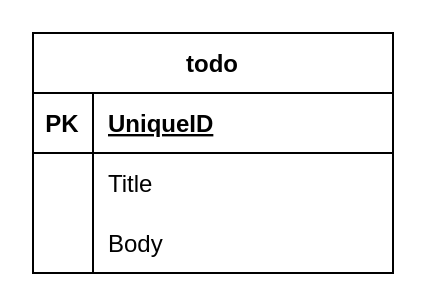
This is erd.drawio from JoshWynne2/todo-app, a draw.io file, before an edit. Source tidied: cells renumbered, new cells numbered last; positions are measured from the earlier drawing's top-left corner, leaving out a move shared by most shapes. Both pictures are drawn from the tidied source at 200%, with x=0, y=0 at pixel (32, 32).
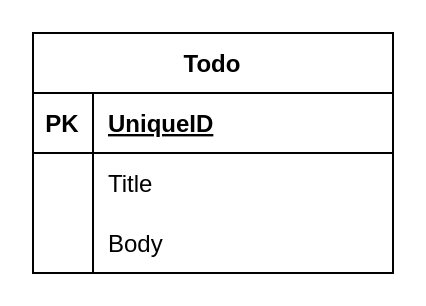
The same diagram, later.

Change to the diagram source:
```diff
@@
 <mxGraphModel>
   <root>
     <mxCell id="0" />
     <mxCell id="1" parent="0" />
-    <mxCell id="2" value="todo" style="shape=table;startSize=30;childLayout=tableLayout;rowLines=0;fontStyle=1;align=center;" parent="1" vertex="1">
+    <mxCell id="2" value="Todo" style="shape=table;startSize=30;childLayout=tableLayout;rowLines=0;fontStyle=1;align=center;" parent="1" vertex="1">
       <mxGeometry width="180" height="120" as="geometry" />
     </mxCell>
     <mxCell id="3" style="shape=tableRow;horizontal=0;startSize=0;swimlaneHead=0;swimlaneBody=0;fillColor=none;top=0;left=0;right=0;bottom=1;" parent="2" vertex="1">
       <mxGeometry y="30" width="180" height="30" as="geometry" />
     </mxCell>
     <mxCell id="4" value="PK" style="shape=partialRectangle;fillColor=none;top=0;left=0;bottom=0;right=0;fontStyle=1;overflow=hidden;" parent="3" vertex="1">
       <mxGeometry width="30" height="30" as="geometry" />
     </mxCell>
     <mxCell id="5" value="UniqueID" style="shape=partialRectangle;fillColor=none;top=0;left=0;bottom=0;right=0;align=left;spacingLeft=6;fontStyle=5;overflow=hidden;" parent="3" vertex="1">
       <mxGeometry x="30" width="150" height="30" as="geometry" />
     </mxCell>
     <mxCell id="6" style="shape=tableRow;horizontal=0;startSize=0;swimlaneHead=0;swimlaneBody=0;fillColor=none;top=0;left=0;right=0;bottom=0;" parent="2" vertex="1">
       <mxGeometry y="60" width="180" height="30" as="geometry" />
     </mxCell>
     <mxCell id="7" style="shape=partialRectangle;fillColor=none;top=0;left=0;bottom=0;right=0;overflow=hidden;" parent="6" vertex="1">
       <mxGeometry width="30" height="30" as="geometry" />
     </mxCell>
     <mxCell id="8" value="Title" style="shape=partialRectangle;fillColor=none;top=0;left=0;bottom=0;right=0;align=left;spacingLeft=6;overflow=hidden;" parent="6" vertex="1">
       <mxGeometry x="30" width="150" height="30" as="geometry" />
     </mxCell>
     <mxCell id="9" style="shape=tableRow;horizontal=0;startSize=0;swimlaneHead=0;swimlaneBody=0;fillColor=none;top=0;left=0;right=0;bottom=0;" parent="2" vertex="1">
       <mxGeometry y="90" width="180" height="30" as="geometry" />
     </mxCell>
     <mxCell id="10" style="shape=partialRectangle;fillColor=none;top=0;left=0;bottom=0;right=0;overflow=hidden;" parent="9" vertex="1">
       <mxGeometry width="30" height="30" as="geometry" />
     </mxCell>
     <mxCell id="11" value="Body" style="shape=partialRectangle;fillColor=none;top=0;left=0;bottom=0;right=0;align=left;spacingLeft=6;overflow=hidden;" parent="9" vertex="1">
       <mxGeometry x="30" width="150" height="30" as="geometry" />
     </mxCell>
   </root>
 </mxGraphModel>
```
